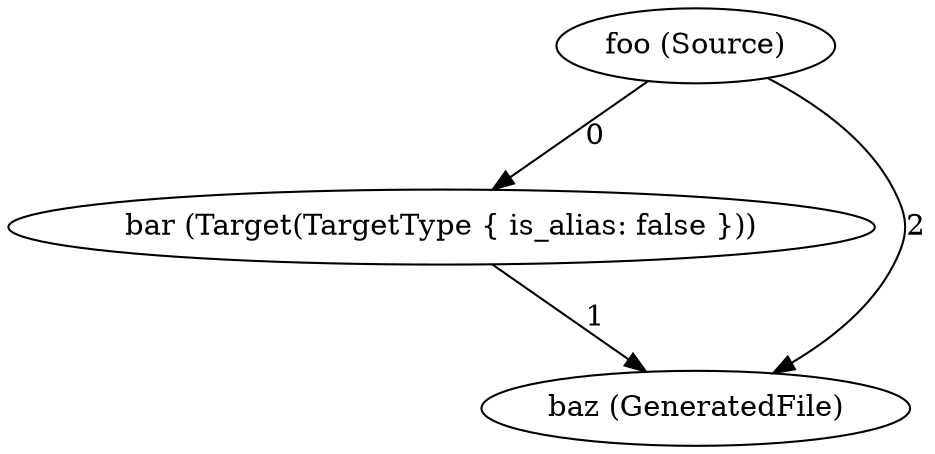
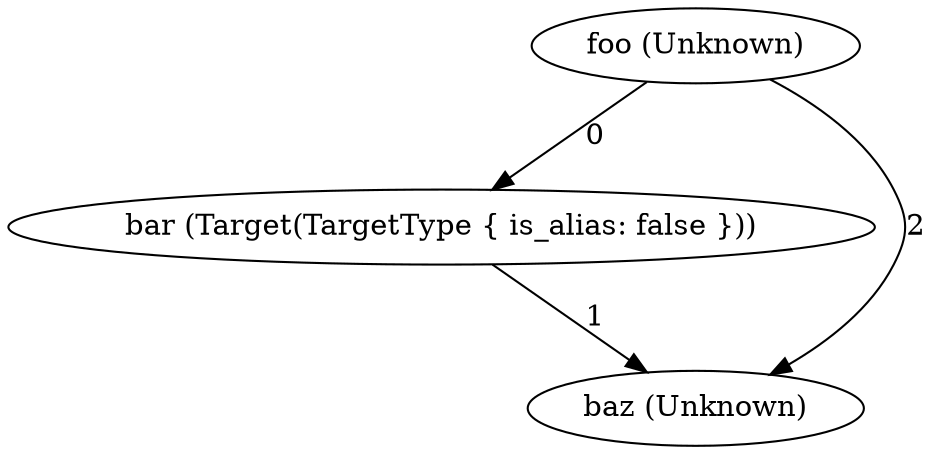
digraph DependencyGraph {
-     0 [label="foo (Source)"]
+     0 [label="foo (Unknown)"]
    1 [label="bar (Target(TargetType { is_alias: false }))"]
-     2 [label="baz (GeneratedFile)"]
+     2 [label="baz (Unknown)"]
    0 -> 1 [label="0"]
    1 -> 2 [label="1"]
    0 -> 2 [label="2"]
}
